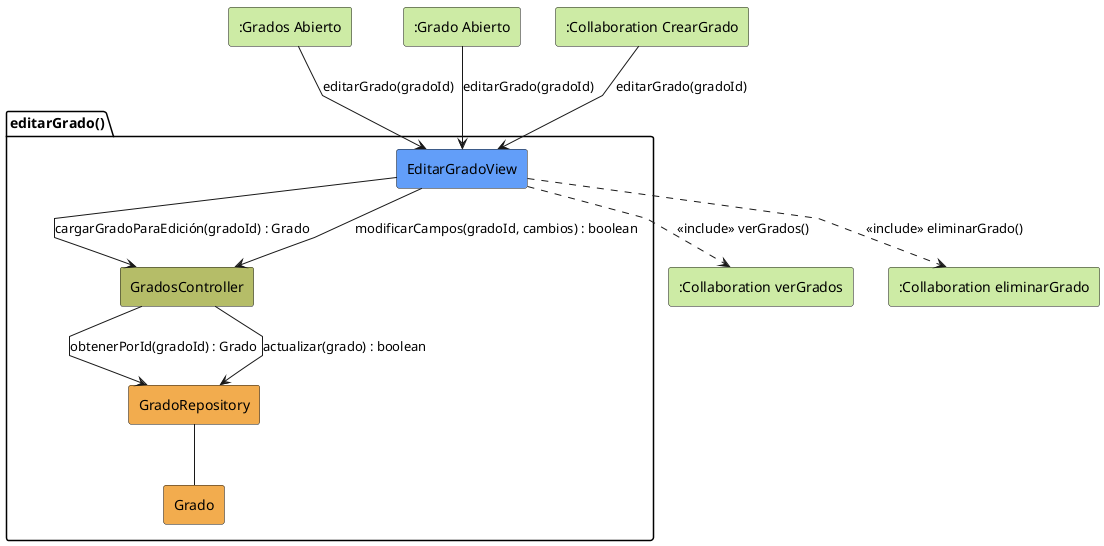
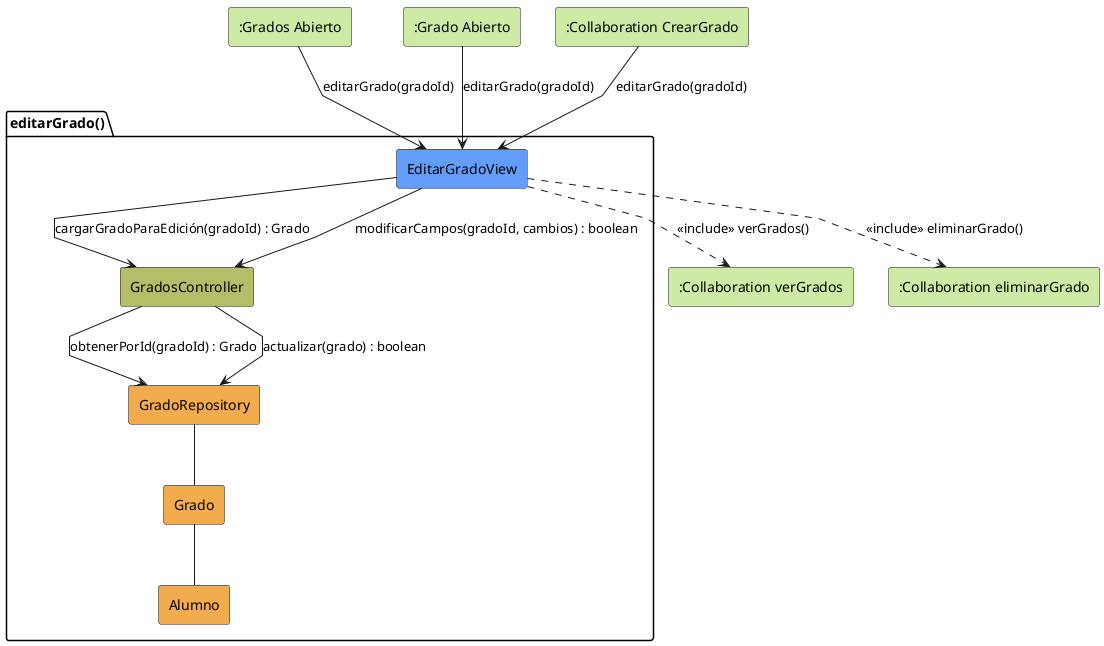
@startuml editarGrado-analisis
skinparam linetype polyline

rectangle #CDEBA5 ":Grados Abierto" as GradosAbierto
rectangle #CDEBA5 ":Grado Abierto" as GradoAbierto
rectangle #CDEBA5 ":Collaboration CrearGrado" as CrearGrado
rectangle #CDEBA5 ":Collaboration verGrados" as VerGrados
rectangle #CDEBA5 ":Collaboration eliminarGrado" as EliminarGrado

package editarGrado as "editarGrado()" {
    rectangle #629EF9 EditarGradoView
    rectangle #b5bd68 GradosController
    rectangle #F2AC4E GradoRepository
    rectangle #F2AC4E Grado
+     rectangle #F2AC4E Alumno
}

CrearGrado --> EditarGradoView: editarGrado(gradoId)
GradosAbierto --> EditarGradoView: editarGrado(gradoId)
GradoAbierto --> EditarGradoView: editarGrado(gradoId)

EditarGradoView -d-> GradosController: cargarGradoParaEdición(gradoId) : Grado

GradosController --> GradoRepository: obtenerPorId(gradoId) : Grado

EditarGradoView --> GradosController: modificarCampos(gradoId, cambios) : boolean

GradosController --> GradoRepository: actualizar(grado) : boolean

GradoRepository -- Grado
+ Grado -- Alumno

EditarGradoView ..> VerGrados: <<include>> verGrados()
EditarGradoView ..> EliminarGrado: <<include>> eliminarGrado()

@enduml
